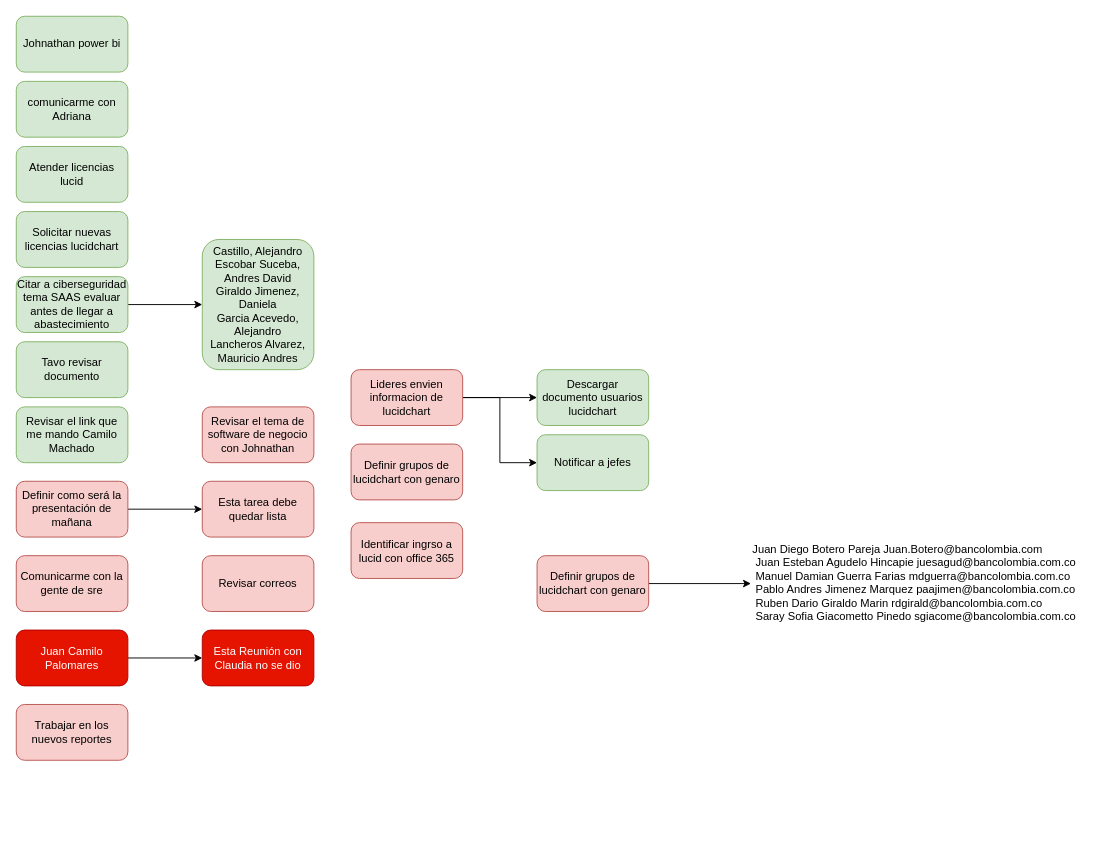
The draw.io diagram page "dia a dia" (1 of 2) of dia a dia.drawio in santiagovb/Diagramas, before the edit. Source tidied: cells renumbered, new cells numbered last; positions are measured from the earlier drawing's top-left corner, leaving out a move shared by most shapes. Both pictures are drawn from the tidied source at 93%, with x=0, y=0 at pixel (16, 16).
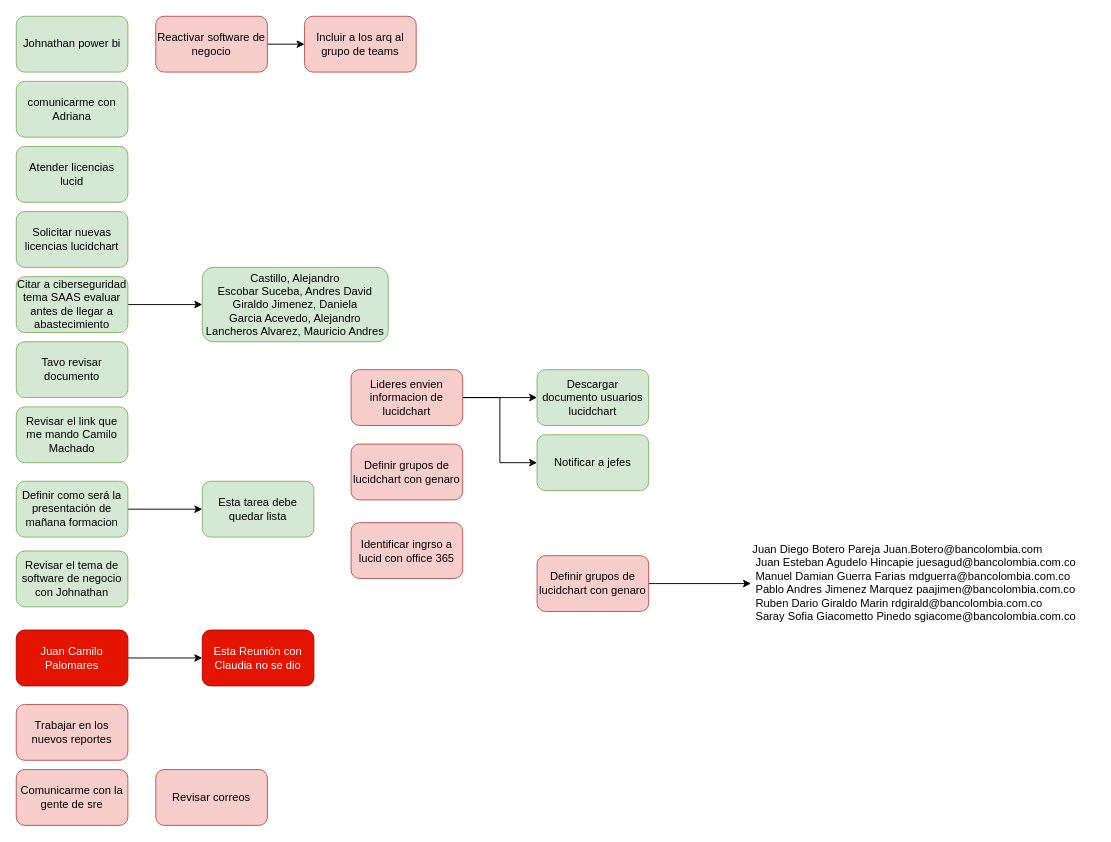
After the change.

Diff of the diagram source:
```diff
@@
     <mxCell id="5" value="Revisar correos" style="rounded=1;whiteSpace=wrap;html=1;fillColor=#f8cecc;strokeColor=#b85450;" parent="1" vertex="1">
-      <mxGeometry x="200" y="580" width="120" height="60" as="geometry" />
+      <mxGeometry x="150" y="810" width="120" height="60" as="geometry" />
     </mxCell>
@@
     <mxCell id="8" value="Comunicarme con la gente de sre" style="rounded=1;whiteSpace=wrap;html=1;fillColor=#f8cecc;strokeColor=#b85450;" parent="1" vertex="1">
-      <mxGeometry y="580" width="120" height="60" as="geometry" />
+      <mxGeometry y="810" width="120" height="60" as="geometry" />
     </mxCell>
@@
-    <mxCell id="13" value="Definir como será la presentación de mañana" style="rounded=1;whiteSpace=wrap;html=1;fillColor=#f8cecc;strokeColor=#b85450;" parent="1" vertex="1">
+    <mxCell id="13" value="Definir como será la presentación de mañana formacion" style="rounded=1;whiteSpace=wrap;html=1;fillColor=#d5e8d4;strokeColor=#82b366;" parent="1" vertex="1">
       <mxGeometry y="500" width="120" height="60" as="geometry" />
     </mxCell>
-    <mxCell id="14" value="Esta tarea debe quedar lista" style="rounded=1;whiteSpace=wrap;html=1;fillColor=#f8cecc;strokeColor=#b85450;" parent="1" vertex="1">
+    <mxCell id="14" value="Esta tarea debe quedar lista" style="rounded=1;whiteSpace=wrap;html=1;fillColor=#d5e8d4;strokeColor=#82b366;" parent="1" vertex="1">
       <mxGeometry x="200" y="500" width="120" height="60" as="geometry" />
     </mxCell>
@@
-    <mxCell id="17" value="Revisar el tema de software de negocio con Johnathan" style="rounded=1;whiteSpace=wrap;html=1;fillColor=#f8cecc;strokeColor=#b85450;" parent="1" vertex="1">
-      <mxGeometry x="200" y="420" width="120" height="60" as="geometry" />
+    <mxCell id="17" value="Revisar el tema de software de negocio con Johnathan" style="rounded=1;whiteSpace=wrap;html=1;fillColor=#d5e8d4;strokeColor=#82b366;" parent="1" vertex="1">
+      <mxGeometry y="575" width="120" height="60" as="geometry" />
     </mxCell>
@@
     <mxCell id="20" value="Castillo, Alejandro&lt;br/&gt;Escobar Suceba, Andres David&lt;br/&gt;Giraldo Jimenez, Daniela&lt;br/&gt;Garcia Acevedo, Alejandro&lt;br/&gt;Lancheros Alvarez, Mauricio Andres" style="rounded=1;whiteSpace=wrap;html=1;fillColor=#d5e8d4;strokeColor=#82b366;" parent="1" vertex="1">
-      <mxGeometry x="200" y="240" width="120" height="140" as="geometry" />
+      <mxGeometry x="200" y="270" width="200" height="80" as="geometry" />
     </mxCell>
@@
+    <mxCell id="31" style="edgeStyle=orthogonalEdgeStyle;rounded=0;jettySize=auto;html=1;" parent="1" edge="1" source="32" target="33">
+      <mxGeometry relative="1" as="geometry" />
+    </mxCell>
+    <mxCell id="32" value="Reactivar software de negocio" style="rounded=1;whiteSpace=wrap;html=1;fillColor=#f8cecc;strokeColor=#b85450;" parent="1" vertex="1">
+      <mxGeometry x="150" width="120" height="60" as="geometry" />
+    </mxCell>
+    <mxCell id="33" value="Incluir a los arq al grupo de teams" style="rounded=1;whiteSpace=wrap;html=1;fillColor=#f8cecc;strokeColor=#b85450;" parent="1" vertex="1">
+      <mxGeometry x="310" width="120" height="60" as="geometry" />
+    </mxCell>
```
